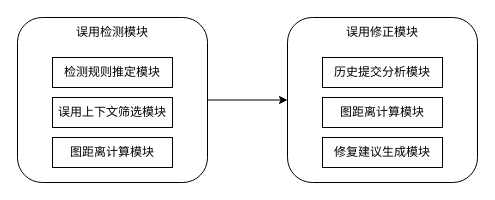
This is 新整体架构.drawio from ToJ112/pic-md, a draw.io file, before an edit. Source tidied: cells renumbered, new cells numbered last; positions are measured from the earlier drawing's top-left corner, leaving out a move shared by most shapes. Both pictures are drawn from the tidied source at 100%, with x=0, y=0 at pixel (17, 17).
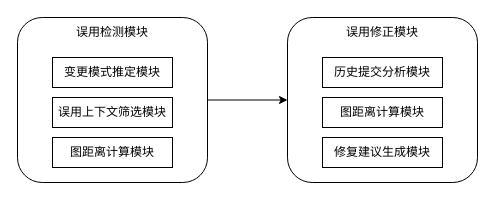
The same diagram, later.

Commit message (it also covers changes not shown here):
更新新整体架构.drawio

The edit, as a diff of the source:
```diff
@@
 <mxGraphModel>
   <root>
     <mxCell id="0" />
     <mxCell id="1" parent="0" />
     <mxCell id="2" style="rounded=1;whiteSpace=wrap;html=1;" parent="1" vertex="1">
       <mxGeometry x="270" width="190" height="165" as="geometry" />
     </mxCell>
     <mxCell id="3" style="edgeStyle=orthogonalEdgeStyle;rounded=0;jettySize=auto;html=1;entryX=0;entryY=0.5;entryDx=0;entryDy=0;" parent="1" edge="1" source="4" target="2">
       <mxGeometry relative="1" as="geometry" />
     </mxCell>
     <mxCell id="4" style="rounded=1;whiteSpace=wrap;html=1;" parent="1" vertex="1">
       <mxGeometry width="190" height="165" as="geometry" />
     </mxCell>
-    <mxCell id="5" value="检测规则推定模块" style="rounded=0;whiteSpace=wrap;html=1;" parent="1" vertex="1">
+    <mxCell id="5" value="变更模式推定模块" style="rounded=0;whiteSpace=wrap;html=1;" parent="1" vertex="1">
       <mxGeometry x="35" y="40" width="120" height="30" as="geometry" />
     </mxCell>
     <mxCell id="6" value="图距离计算模块" style="rounded=0;whiteSpace=wrap;html=1;" parent="1" vertex="1">
       <mxGeometry x="35" y="120" width="120" height="30" as="geometry" />
     </mxCell>
     <mxCell id="7" value="历史提交分析模块" style="rounded=0;whiteSpace=wrap;html=1;" parent="1" vertex="1">
       <mxGeometry x="305" y="40" width="120" height="30" as="geometry" />
     </mxCell>
     <mxCell id="8" value="修复建议生成模块" style="rounded=0;whiteSpace=wrap;html=1;" parent="1" vertex="1">
       <mxGeometry x="305" y="120" width="120" height="30" as="geometry" />
     </mxCell>
     <mxCell id="9" value="图距离计算模块" style="rounded=0;whiteSpace=wrap;html=1;" parent="1" vertex="1">
       <mxGeometry x="305" y="80" width="120" height="30" as="geometry" />
     </mxCell>
     <mxCell id="10" value="误用上下文筛选模块" style="rounded=0;whiteSpace=wrap;html=1;" parent="1" vertex="1">
       <mxGeometry x="35" y="80" width="120" height="30" as="geometry" />
     </mxCell>
     <mxCell id="11" value="误用检测模块" style="text;html=1;align=center;verticalAlign=middle;whiteSpace=wrap;rounded=0;" parent="1" vertex="1">
       <mxGeometry x="55" width="80" height="30" as="geometry" />
     </mxCell>
     <mxCell id="12" value="误用修正模块" style="text;html=1;align=center;verticalAlign=middle;whiteSpace=wrap;rounded=0;" parent="1" vertex="1">
       <mxGeometry x="325" width="80" height="30" as="geometry" />
     </mxCell>
   </root>
 </mxGraphModel>
```
